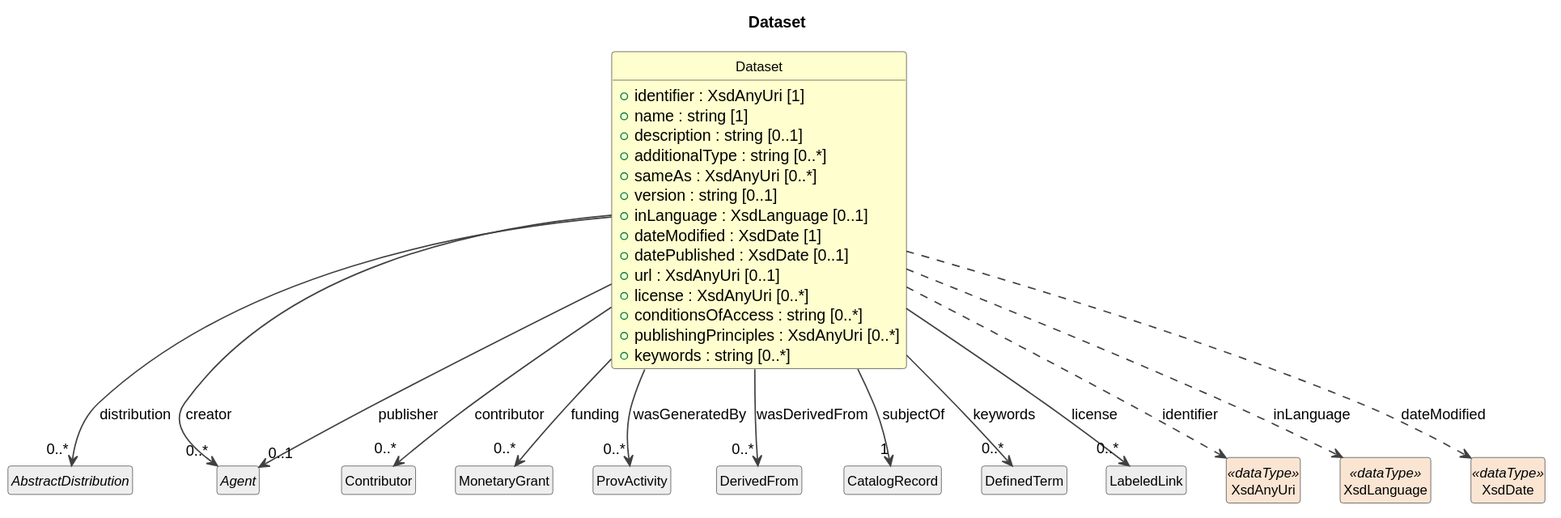
This is build/field-level-documentation/CDIFCore/Classes/Dataset.svg from Cross-Domain-Interoperability-Framework/metadataBuildingBlocks, a PlantUML export, as it was before one commit.
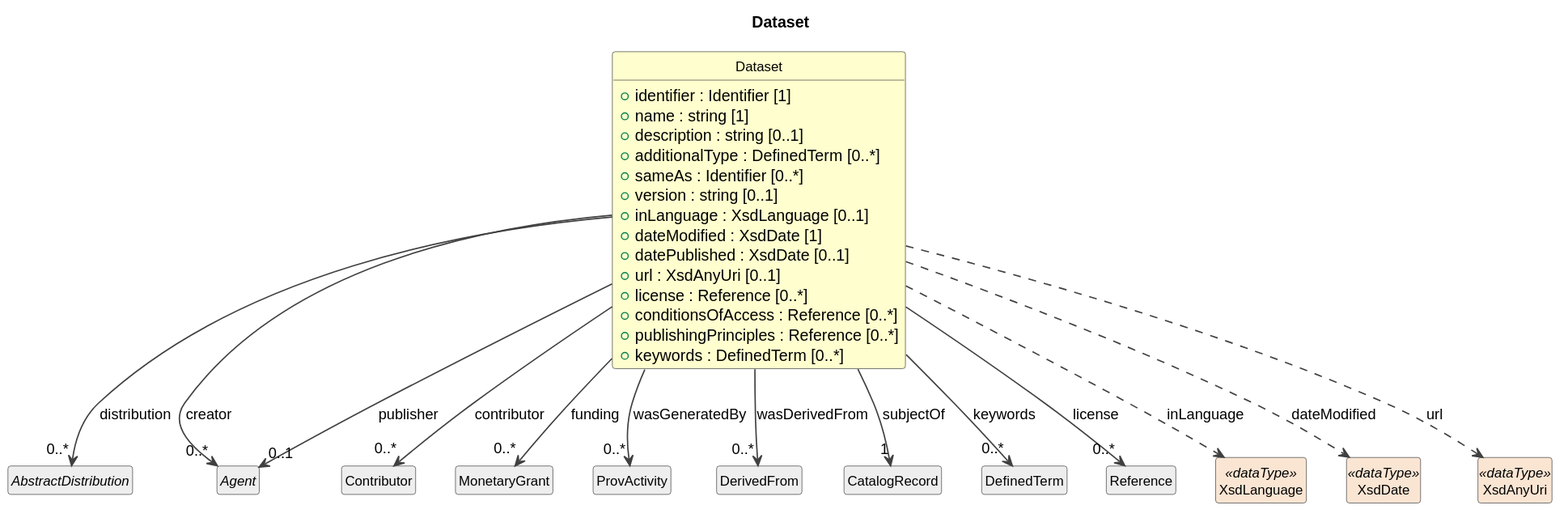
The same diagram one commit later.

Diff of the diagram source:
```diff
@@ -11,20 +11,20 @@
 }
 
 class "Dataset" as Dataset #FEFECE {
-  +identifier : XsdAnyUri [1]
+  +identifier : Identifier [1]
   +name : string [1]
   +description : string [0..1]
-  +additionalType : string [0..*]
-  +sameAs : XsdAnyUri [0..*]
+  +additionalType : DefinedTerm [0..*]
+  +sameAs : Identifier [0..*]
   +version : string [0..1]
   +inLanguage : XsdLanguage [0..1]
   +dateModified : XsdDate [1]
   +datePublished : XsdDate [0..1]
   +url : XsdAnyUri [0..1]
-  +license : XsdAnyUri [0..*]
-  +conditionsOfAccess : string [0..*]
-  +publishingPrinciples : XsdAnyUri [0..*]
-  +keywords : string [0..*]
+  +license : Reference [0..*]
+  +conditionsOfAccess : Reference [0..*]
+  +publishingPrinciples : Reference [0..*]
+  +keywords : DefinedTerm [0..*]
 }
 abstract class "AbstractDistribution" as AbstractDistribution #EEEEEE
 Dataset --> "0..*" AbstractDistribution : distribution
@@ -43,12 +43,12 @@
 Dataset --> "1" CatalogRecord : subjectOf
 class "DefinedTerm" as DefinedTerm #EEEEEE
 Dataset --> "0..*" DefinedTerm : keywords
-class "LabeledLink" as LabeledLink #EEEEEE
-Dataset --> "0..*" LabeledLink : license
-class "XsdAnyUri" as XsdAnyUri <<dataType>> #FAE5D3
-Dataset ..> XsdAnyUri : identifier
+class "Reference" as Reference #EEEEEE
+Dataset --> "0..*" Reference : license
 class "XsdLanguage" as XsdLanguage <<dataType>> #FAE5D3
 Dataset ..> XsdLanguage : inLanguage
 class "XsdDate" as XsdDate <<dataType>> #FAE5D3
 Dataset ..> XsdDate : dateModified
+class "XsdAnyUri" as XsdAnyUri <<dataType>> #FAE5D3
+Dataset ..> XsdAnyUri : url
 @enduml
```
